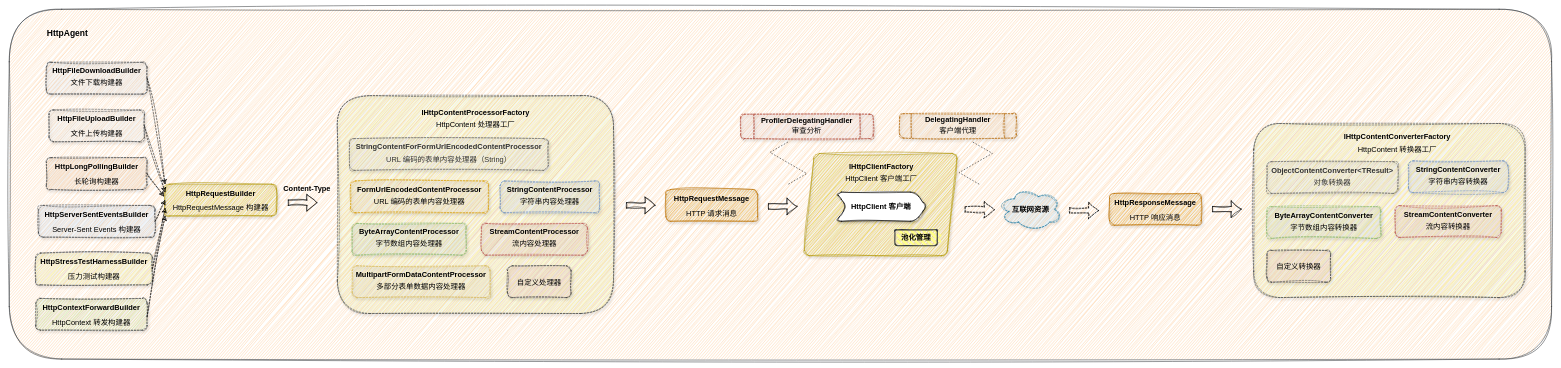
Before: drawio/HttpAgent.drawio in MonkSoul/HttpAgent, a draw.io diagram. Source tidied: cells renumbered, new cells numbered last; positions are measured from the earlier drawing's top-left corner, leaving out a move shared by most shapes. Both pictures are drawn from the tidied source at 53%, with x=0, y=0 at pixel (9, 9).
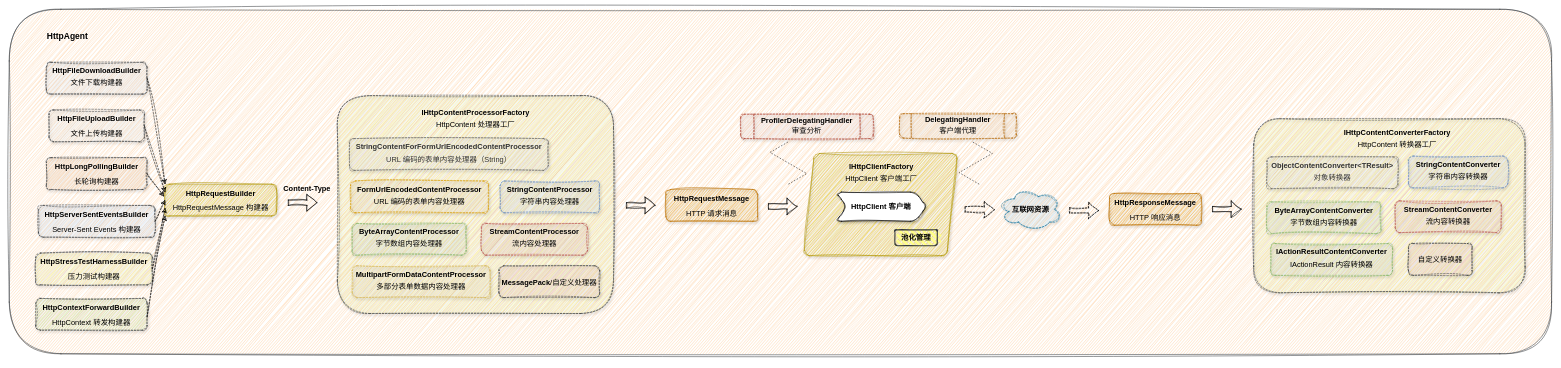
The same diagram, later.

Commit message:
😊 更新架构图

What changed in the source:
```diff
@@
     <mxCell id="2" style="rounded=1;whiteSpace=wrap;html=1;sketch=1;curveFitting=1;jiggle=2;fillColor=#ffcc99;strokeColor=#36393d;" parent="1" vertex="1">
-      <mxGeometry width="2910" height="660" as="geometry" />
+      <mxGeometry width="2910" height="650" as="geometry" />
     </mxCell>
@@
-    <mxCell id="26" value="&lt;div style=&quot;line-height: 200%;&quot;&gt;&lt;span style=&quot;font-weight: 400;&quot;&gt;自定义处理器&lt;/span&gt;&lt;br&gt;&lt;/div&gt;" style="rounded=1;whiteSpace=wrap;html=1;fontSize=14;fontStyle=1;labelBackgroundColor=none;glass=0;shadow=1;sketch=1;curveFitting=1;jiggle=2;fillColor=#ffcccc;strokeColor=#36393d;dashed=1;" parent="1" vertex="1">
-      <mxGeometry x="940" y="484" width="120" height="60" as="geometry" />
+    <mxCell id="26" value="&lt;div style=&quot;line-height: 200%;&quot;&gt;&lt;span style=&quot;background-color: initial;&quot;&gt;MessagePack&lt;/span&gt;&lt;span style=&quot;background-color: initial; font-weight: 400;&quot;&gt;/&lt;/span&gt;&lt;span style=&quot;font-weight: 400;&quot;&gt;自定义处理器&lt;/span&gt;&lt;br&gt;&lt;/div&gt;" style="rounded=1;whiteSpace=wrap;html=1;fontSize=14;fontStyle=1;labelBackgroundColor=none;glass=0;shadow=1;sketch=1;curveFitting=1;jiggle=2;fillColor=#ffcccc;strokeColor=#36393d;dashed=1;" parent="1" vertex="1">
+      <mxGeometry x="924" y="484" width="190" height="60" as="geometry" />
     </mxCell>
@@
     <mxCell id="29" style="rounded=1;whiteSpace=wrap;html=1;fontSize=14;fontStyle=1;labelBackgroundColor=none;glass=0;shadow=1;sketch=1;curveFitting=1;jiggle=2;dashed=1;fillColor=#ffff88;strokeColor=#36393d;" parent="1" vertex="1">
-      <mxGeometry x="2348" y="215.5" width="512" height="328.5" as="geometry" />
+      <mxGeometry x="2348" y="206.5" width="512" height="328.5" as="geometry" />
     </mxCell>
     <mxCell id="30" value="ByteArrayContentConverter&lt;div style=&quot;line-height: 200%;&quot;&gt;&lt;span style=&quot;font-weight: 400;&quot;&gt;字节数组内容转换器&lt;/span&gt;&lt;br&gt;&lt;/div&gt;" style="rounded=1;whiteSpace=wrap;html=1;fontSize=14;fontStyle=1;labelBackgroundColor=none;glass=0;shadow=1;sketch=1;curveFitting=1;jiggle=2;fillColor=#d5e8d4;strokeColor=#82b366;dashed=1;" parent="1" vertex="1">
-      <mxGeometry x="2373" y="372.5" width="215" height="60" as="geometry" />
+      <mxGeometry x="2373" y="363.5" width="215" height="60" as="geometry" />
     </mxCell>
     <mxCell id="31" value="StreamContentConverter&lt;div style=&quot;line-height: 200%;&quot;&gt;&lt;span style=&quot;font-weight: 400;&quot;&gt;流内容转换器&lt;/span&gt;&lt;br&gt;&lt;/div&gt;" style="rounded=1;whiteSpace=wrap;html=1;fontSize=14;fontStyle=1;labelBackgroundColor=none;glass=0;shadow=1;sketch=1;curveFitting=1;jiggle=2;fillColor=#f8cecc;strokeColor=#b85450;dashed=1;" parent="1" vertex="1">
-      <mxGeometry x="2615" y="370.5" width="200" height="60" as="geometry" />
+      <mxGeometry x="2615" y="361.5" width="200" height="60" as="geometry" />
     </mxCell>
     <mxCell id="32" value="ObjectContentConverter&amp;lt;TResult&amp;gt;&lt;div style=&quot;line-height: 200%;&quot;&gt;&lt;span style=&quot;font-weight: 400;&quot;&gt;对象转换器&lt;/span&gt;&lt;br&gt;&lt;/div&gt;" style="rounded=1;whiteSpace=wrap;html=1;fontSize=14;fontStyle=1;labelBackgroundColor=none;glass=0;shadow=1;sketch=1;curveFitting=1;jiggle=2;fillColor=#f5f5f5;strokeColor=#666666;dashed=1;fontColor=#333333;" parent="1" vertex="1">
-      <mxGeometry x="2373" y="287.5" width="247" height="60" as="geometry" />
+      <mxGeometry x="2373" y="278.5" width="247" height="60" as="geometry" />
     </mxCell>
     <mxCell id="33" value="StringContentConverter&lt;div style=&quot;line-height: 200%;&quot;&gt;&lt;span style=&quot;font-weight: 400;&quot;&gt;字符串内容转换器&lt;/span&gt;&lt;br&gt;&lt;/div&gt;" style="rounded=1;whiteSpace=wrap;html=1;fontSize=14;fontStyle=1;labelBackgroundColor=none;glass=0;shadow=1;sketch=1;curveFitting=1;jiggle=2;fillColor=#dae8fc;strokeColor=#6c8ebf;dashed=1;" parent="1" vertex="1">
-      <mxGeometry x="2640" y="286" width="187.5" height="60" as="geometry" />
+      <mxGeometry x="2640" y="277" width="187.5" height="60" as="geometry" />
     </mxCell>
     <mxCell id="34" value="&lt;span style=&quot;font-size: 14px;&quot;&gt;&lt;b&gt;IHttpContentConverterFactory&lt;/b&gt;&lt;/span&gt;&lt;br&gt;&lt;div style=&quot;font-size: 14px; font-weight: 700; line-height: 28px;&quot;&gt;&lt;span style=&quot;font-weight: 400;&quot;&gt;HttpContent 转换器工厂&lt;/span&gt;&lt;/div&gt;" style="text;html=1;align=center;verticalAlign=middle;whiteSpace=wrap;rounded=0;" parent="1" vertex="1">
-      <mxGeometry x="2499" y="239.5" width="240" height="30" as="geometry" />
+      <mxGeometry x="2499" y="230.5" width="240" height="30" as="geometry" />
     </mxCell>
     <mxCell id="35" value="&lt;div style=&quot;line-height: 200%;&quot;&gt;&lt;span style=&quot;font-weight: 400;&quot;&gt;自定义转换器&lt;/span&gt;&lt;br&gt;&lt;/div&gt;" style="rounded=1;whiteSpace=wrap;html=1;fontSize=14;fontStyle=1;labelBackgroundColor=none;glass=0;shadow=1;sketch=1;curveFitting=1;jiggle=2;fillColor=#ffcccc;strokeColor=#36393d;dashed=1;" parent="1" vertex="1">
-      <mxGeometry x="2373" y="455" width="120" height="60" as="geometry" />
+      <mxGeometry x="2640" y="442" width="120" height="60" as="geometry" />
     </mxCell>
@@
     <mxCell id="50" value="HttpAgent" style="text;html=1;align=center;verticalAlign=middle;whiteSpace=wrap;rounded=0;fontStyle=1;fontSize=16;" parent="1" vertex="1">
-      <mxGeometry x="65" y="30" width="90" height="30" as="geometry" />
+      <mxGeometry x="65" y="36" width="90" height="30" as="geometry" />
     </mxCell>
+    <mxCell id="51" value="IActionResultContentConverter&lt;div style=&quot;line-height: 200%;&quot;&gt;&lt;span style=&quot;font-weight: 400;&quot;&gt;IActionResult 内容转换器&lt;/span&gt;&lt;br&gt;&lt;/div&gt;" style="rounded=1;whiteSpace=wrap;html=1;fontSize=14;fontStyle=1;labelBackgroundColor=none;glass=0;shadow=1;sketch=1;curveFitting=1;jiggle=2;fillColor=#d5e8d4;strokeColor=#82b366;dashed=1;" parent="1" vertex="1">
+      <mxGeometry x="2380" y="442" width="230" height="60" as="geometry" />
+    </mxCell>
```
